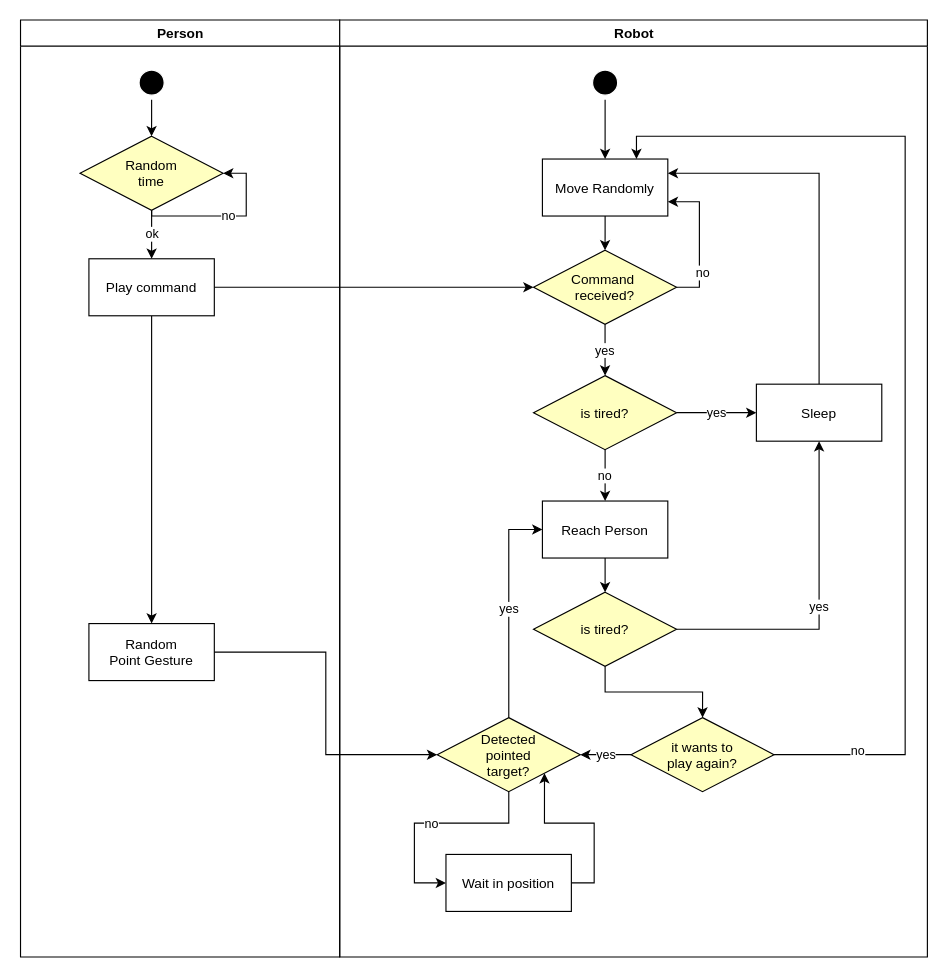
Above: draw_io/activity_v1.drawio in aGotelli/Andrea_Gotelli_EROLA_Assignment (draw.io), before the change. Source tidied: cells renumbered, new cells numbered last; positions are measured from the earlier drawing's top-left corner, leaving out a move shared by most shapes. Both pictures are drawn from the tidied source at 114%, with x=0, y=0 at pixel (19, 19).
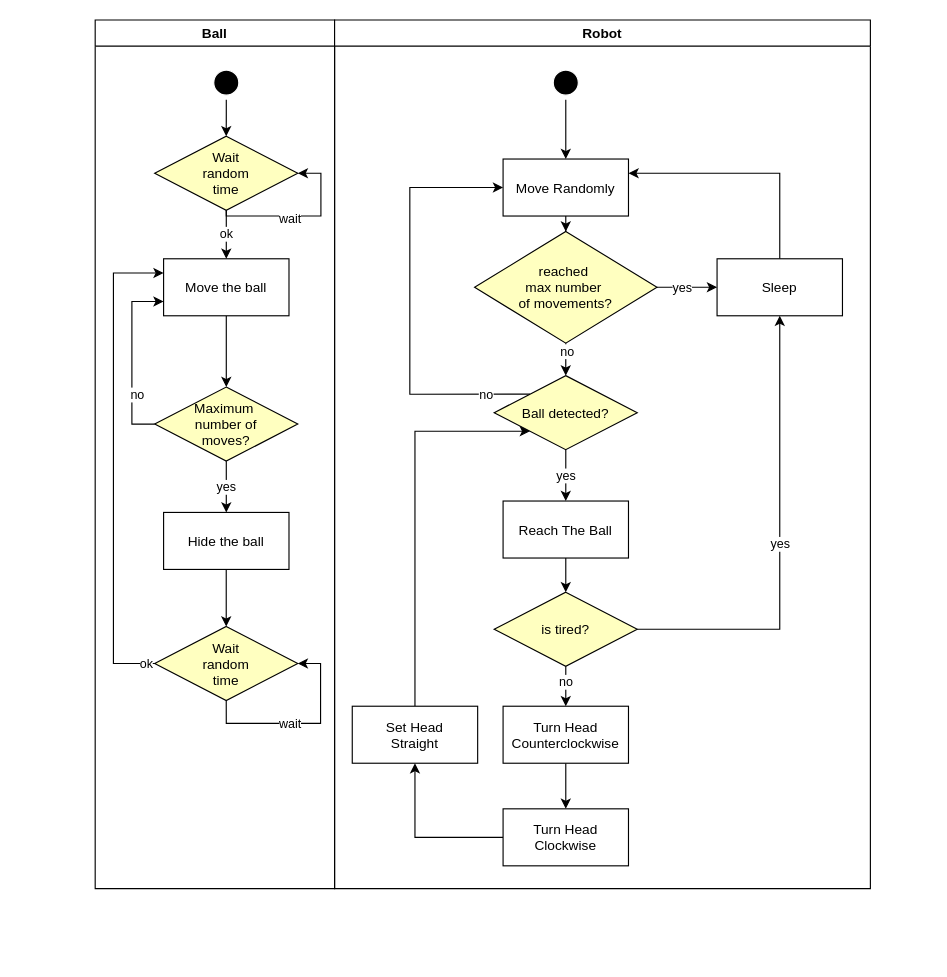
Above is the later version.

What changed in the source:
```diff
@@
-    <mxCell id="2" value="Person" style="swimlane;whiteSpace=wrap;" parent="1" vertex="1">
-      <mxGeometry x="0.5" width="280" height="822" as="geometry" />
+    <mxCell id="2" value="Ball" style="swimlane;whiteSpace=wrap;" parent="1" vertex="1">
+      <mxGeometry x="66" width="210" height="762" as="geometry" />
     </mxCell>
@@
-    <mxCell id="5" style="edgeStyle=orthogonalEdgeStyle;rounded=0;jettySize=auto;html=1;entryX=0.5;entryY=0;entryDx=0;entryDy=0;strokeColor=#000000;" parent="2" edge="1" source="6" target="7">
-      <mxGeometry relative="1" as="geometry" />
-    </mxCell>
+    <mxCell id="42" style="edgeStyle=orthogonalEdgeStyle;rounded=0;jettySize=auto;html=1;entryX=0.5;entryY=0;entryDx=0;entryDy=0;" parent="2" edge="1" source="6">
+      <mxGeometry relative="1" as="geometry">
+        <mxPoint x="115" y="322" as="targetPoint" />
+      </mxGeometry>
+    </mxCell>
-    <mxCell id="6" value="Play command" parent="2" vertex="1">
+    <mxCell id="6" value="Move the ball" parent="2" vertex="1">
       <mxGeometry x="60" y="209.5" width="110" height="50" as="geometry" />
     </mxCell>
-    <mxCell id="7" value="Random&#10;Point Gesture" parent="2" vertex="1">
-      <mxGeometry x="60" y="529.5" width="110" height="50" as="geometry" />
-    </mxCell>
@@
-    <mxCell id="9" value="Random&#10;time" style="rhombus;fillColor=#ffffc0;" parent="2" vertex="1">
+    <mxCell id="9" value="Wait&#10;random&#10;time" style="rhombus;fillColor=#ffffc0;" parent="2" vertex="1">
       <mxGeometry x="52.2" y="102" width="125.5" height="65" as="geometry" />
     </mxCell>
-    <mxCell id="10" value="no" style="edgeStyle=orthogonalEdgeStyle;rounded=0;orthogonalLoop=1;jettySize=auto;html=1;entryX=1;entryY=0.5;entryDx=0;entryDy=0;strokeColor=#000000;" parent="2" edge="1" source="9" target="9">
+    <mxCell id="10" style="edgeStyle=orthogonalEdgeStyle;rounded=0;orthogonalLoop=1;jettySize=auto;html=1;entryX=1;entryY=0.5;entryDx=0;entryDy=0;exitX=0.5;exitY=1;exitDx=0;exitDy=0;" parent="2" edge="1" source="9" target="9">
       <mxGeometry relative="1" as="geometry">
         <Array as="points">
           <mxPoint x="115" y="172" />
           <mxPoint x="198" y="172" />
           <mxPoint x="198" y="135" />
         </Array>
       </mxGeometry>
     </mxCell>
+    <mxCell id="43" value="wait" style="edgeLabel;html=1;align=center;verticalAlign=middle;" parent="10" vertex="1">
+      <mxGeometry x="-0.16" y="-2" relative="1" as="geometry" />
+    </mxCell>
+    <mxCell id="44" value="yes" style="edgeStyle=orthogonalEdgeStyle;rounded=0;jettySize=auto;html=1;entryX=0.5;entryY=0;entryDx=0;entryDy=0;" parent="2" edge="1" source="45" target="49">
+      <mxGeometry relative="1" as="geometry" />
+    </mxCell>
+    <mxCell id="45" value="Maximum &#10;number of&#10;moves?" style="rhombus;fillColor=#ffffc0;" parent="2" vertex="1">
+      <mxGeometry x="52.2" y="322" width="125.5" height="65" as="geometry" />
+    </mxCell>
+    <mxCell id="46" style="edgeStyle=orthogonalEdgeStyle;rounded=0;jettySize=auto;html=1;entryX=0;entryY=0.75;entryDx=0;entryDy=0;exitX=0;exitY=0.5;exitDx=0;exitDy=0;" parent="2" edge="1" source="45" target="6">
+      <mxGeometry relative="1" as="geometry" />
+    </mxCell>
+    <mxCell id="47" value="no" style="edgeLabel;html=1;align=center;verticalAlign=middle;" parent="46" vertex="1">
+      <mxGeometry x="-0.41" y="-4" relative="1" as="geometry" />
+    </mxCell>
+    <mxCell id="48" style="edgeStyle=orthogonalEdgeStyle;rounded=0;jettySize=auto;html=1;entryX=0.5;entryY=0;entryDx=0;entryDy=0;" parent="2" edge="1" source="49" target="52">
+      <mxGeometry relative="1" as="geometry" />
+    </mxCell>
+    <mxCell id="49" value="Hide the ball" parent="2" vertex="1">
+      <mxGeometry x="60" y="432" width="110" height="50" as="geometry" />
+    </mxCell>
+    <mxCell id="50" style="edgeStyle=orthogonalEdgeStyle;rounded=0;jettySize=auto;html=1;entryX=0;entryY=0.25;entryDx=0;entryDy=0;exitX=0;exitY=0.5;exitDx=0;exitDy=0;" parent="2" edge="1" source="52" target="6">
+      <mxGeometry relative="1" as="geometry">
+        <Array as="points">
+          <mxPoint x="16" y="565" />
+          <mxPoint x="16" y="222" />
+        </Array>
+      </mxGeometry>
+    </mxCell>
+    <mxCell id="51" value="ok" style="edgeLabel;html=1;align=center;verticalAlign=middle;" parent="50" vertex="1">
+      <mxGeometry x="-0.96" relative="1" as="geometry" />
+    </mxCell>
+    <mxCell id="52" value="Wait&#10;random&#10;time" style="rhombus;fillColor=#ffffc0;" parent="2" vertex="1">
+      <mxGeometry x="52.2" y="532" width="125.5" height="65" as="geometry" />
+    </mxCell>
+    <mxCell id="53" style="edgeStyle=orthogonalEdgeStyle;rounded=0;orthogonalLoop=1;jettySize=auto;html=1;entryX=1;entryY=0.5;entryDx=0;entryDy=0;exitX=0.5;exitY=1;exitDx=0;exitDy=0;" parent="2" edge="1" source="52" target="52">
+      <mxGeometry relative="1" as="geometry" />
+    </mxCell>
+    <mxCell id="54" value="wait" style="edgeLabel;html=1;align=center;verticalAlign=middle;" parent="53" vertex="1">
+      <mxGeometry x="-0.14" relative="1" as="geometry">
+        <mxPoint x="1" as="offset" />
+      </mxGeometry>
+    </mxCell>
     <mxCell id="11" value="Robot" style="swimlane;whiteSpace=wrap;" parent="1" vertex="1">
-      <mxGeometry x="280.5" width="515.5" height="822" as="geometry" />
+      <mxGeometry x="276" width="470" height="762" as="geometry" />
     </mxCell>
@@
     <mxCell id="13" style="ellipse;shape=startState;fillColor=#000000;strokeColor=#FFFFFF;" parent="11" vertex="1">
-      <mxGeometry x="217.8" y="40" width="30" height="30" as="geometry" />
+      <mxGeometry x="187.8" y="40" width="30" height="30" as="geometry" />
     </mxCell>
@@
     <mxCell id="15" value="Move Randomly" parent="11" vertex="1">
-      <mxGeometry x="177.8" y="122" width="110" height="50" as="geometry" />
+      <mxGeometry x="147.8" y="122" width="110" height="50" as="geometry" />
     </mxCell>
-    <mxCell id="16" style="edgeStyle=orthogonalEdgeStyle;rounded=0;jettySize=auto;html=1;entryX=1;entryY=0.75;entryDx=0;entryDy=0;strokeColor=#000000;exitX=1;exitY=0.5;exitDx=0;exitDy=0;" parent="11" edge="1" source="18" target="15">
-      <mxGeometry relative="1" as="geometry" />
-    </mxCell>
-    <mxCell id="17" value="no" style="edgeLabel;html=1;align=center;verticalAlign=middle;" parent="16" vertex="1">
-      <mxGeometry x="-0.67" y="13" relative="1" as="geometry">
-        <mxPoint x="15" y="-13" as="offset" />
-      </mxGeometry>
-    </mxCell>
+    <mxCell id="55" style="edgeStyle=orthogonalEdgeStyle;rounded=0;jettySize=auto;html=1;entryX=0;entryY=0.5;entryDx=0;entryDy=0;" parent="11" edge="1" source="18" target="24">
+      <mxGeometry relative="1" as="geometry" />
+    </mxCell>
+    <mxCell id="29" value="yes" style="edgeLabel;html=1;align=center;verticalAlign=middle;" parent="55" vertex="1">
+      <mxGeometry x="-0.15" relative="1" as="geometry" />
+    </mxCell>
+    <mxCell id="22" style="edgeStyle=orthogonalEdgeStyle;rounded=0;jettySize=auto;html=1;entryX=0.5;entryY=0;entryDx=0;entryDy=0;" parent="11" edge="1" source="18" target="21">
+      <mxGeometry relative="1" as="geometry" />
+    </mxCell>
+    <mxCell id="56" value="no" style="edgeLabel;html=1;align=center;verticalAlign=middle;" parent="22" vertex="1">
+      <mxGeometry x="-0.71" y="1" relative="1" as="geometry" />
+    </mxCell>
-    <mxCell id="18" value="Command &#10;received?" style="rhombus;fillColor=#ffffc0;" parent="11" vertex="1">
-      <mxGeometry x="170" y="202" width="125.5" height="65" as="geometry" />
+    <mxCell id="18" value="reached &#10;max number &#10;of movements?" style="rhombus;fillColor=#ffffc0;" parent="11" vertex="1">
+      <mxGeometry x="122.8" y="185.5" width="160" height="98" as="geometry" />
     </mxCell>
-    <mxCell id="19" value="yes" style="edgeStyle=orthogonalEdgeStyle;rounded=0;jettySize=auto;html=1;entryX=0;entryY=0.5;entryDx=0;entryDy=0;strokeColor=#000000;" parent="11" edge="1" source="21" target="24">
-      <mxGeometry relative="1" as="geometry" />
-    </mxCell>
-    <mxCell id="20" value="no" style="edgeStyle=orthogonalEdgeStyle;rounded=0;jettySize=auto;html=1;entryX=0.5;entryY=0;entryDx=0;entryDy=0;strokeColor=#000000;" parent="11" edge="1" source="21" target="26">
+    <mxCell id="20" value="yes" style="edgeStyle=orthogonalEdgeStyle;rounded=0;jettySize=auto;html=1;entryX=0.5;entryY=0;entryDx=0;entryDy=0;strokeColor=#000000;" parent="11" edge="1" source="21" target="26">
       <mxGeometry relative="1" as="geometry" />
     </mxCell>
+    <mxCell id="57" style="edgeStyle=orthogonalEdgeStyle;rounded=0;jettySize=auto;html=1;entryX=0;entryY=0.5;entryDx=0;entryDy=0;exitX=0;exitY=0;exitDx=0;exitDy=0;" parent="11" edge="1" source="21" target="15">
+      <mxGeometry relative="1" as="geometry">
+        <Array as="points">
+          <mxPoint x="66" y="328" />
+          <mxPoint x="66" y="147" />
+        </Array>
+      </mxGeometry>
+    </mxCell>
+    <mxCell id="58" value="no" style="edgeLabel;html=1;align=center;verticalAlign=middle;" parent="57" vertex="1">
+      <mxGeometry x="-0.79" relative="1" as="geometry" />
+    </mxCell>
-    <mxCell id="21" value="is tired?" style="rhombus;fillColor=#ffffc0;" parent="11" vertex="1">
-      <mxGeometry x="170" y="312" width="125.5" height="65" as="geometry" />
+    <mxCell id="21" value="Ball detected?" style="rhombus;fillColor=#ffffc0;" parent="11" vertex="1">
+      <mxGeometry x="140" y="312" width="125.5" height="65" as="geometry" />
     </mxCell>
-    <mxCell id="22" value="yes" style="edgeStyle=orthogonalEdgeStyle;rounded=0;jettySize=auto;html=1;strokeColor=#000000;" parent="11" edge="1" source="18" target="21">
-      <mxGeometry relative="1" as="geometry" />
-    </mxCell>
     <mxCell id="23" style="edgeStyle=orthogonalEdgeStyle;rounded=0;jettySize=auto;html=1;entryX=1;entryY=0.25;entryDx=0;entryDy=0;strokeColor=#000000;" parent="11" edge="1" source="24" target="15">
       <mxGeometry relative="1" as="geometry">
         <Array as="points">
-          <mxPoint x="421" y="135" />
+          <mxPoint x="391" y="135" />
         </Array>
       </mxGeometry>
     </mxCell>
     <mxCell id="24" value="Sleep" parent="11" vertex="1">
-      <mxGeometry x="365.5" y="319.5" width="110" height="50" as="geometry" />
+      <mxGeometry x="335.5" y="209.5" width="110" height="50" as="geometry" />
     </mxCell>
@@
-    <mxCell id="26" value="Reach Person" parent="11" vertex="1">
-      <mxGeometry x="177.8" y="422" width="110" height="50" as="geometry" />
+    <mxCell id="26" value="Reach The Ball" parent="11" vertex="1">
+      <mxGeometry x="147.8" y="422" width="110" height="50" as="geometry" />
     </mxCell>
-    <mxCell id="27" value="no" style="edgeStyle=orthogonalEdgeStyle;rounded=0;jettySize=auto;html=1;entryX=0;entryY=0.5;entryDx=0;entryDy=0;" parent="11" edge="1" source="30" target="32">
-      <mxGeometry relative="1" as="geometry" />
-    </mxCell>
-    <mxCell id="28" style="edgeStyle=orthogonalEdgeStyle;rounded=0;jettySize=auto;html=1;entryX=0;entryY=0.5;entryDx=0;entryDy=0;" parent="11" edge="1" source="30" target="26">
-      <mxGeometry relative="1" as="geometry" />
-    </mxCell>
-    <mxCell id="29" value="yes" style="edgeLabel;html=1;align=center;verticalAlign=middle;" parent="28" vertex="1">
-      <mxGeometry x="-0.01" relative="1" as="geometry" />
-    </mxCell>
-    <mxCell id="30" value="Detected&#10;pointed&#10;target?" style="rhombus;fillColor=#ffffc0;" parent="11" vertex="1">
-      <mxGeometry x="85.5" y="612" width="125.5" height="65" as="geometry" />
-    </mxCell>
-    <mxCell id="31" style="edgeStyle=orthogonalEdgeStyle;rounded=0;jettySize=auto;html=1;entryX=1;entryY=1;entryDx=0;entryDy=0;exitX=1;exitY=0.5;exitDx=0;exitDy=0;" parent="11" edge="1" source="32" target="30">
-      <mxGeometry relative="1" as="geometry" />
-    </mxCell>
-    <mxCell id="32" value="Wait in position" parent="11" vertex="1">
-      <mxGeometry x="93.2" y="732" width="110" height="50" as="geometry" />
-    </mxCell>
@@
-    <mxCell id="34" style="edgeStyle=orthogonalEdgeStyle;rounded=0;jettySize=auto;html=1;entryX=0.5;entryY=0;entryDx=0;entryDy=0;" parent="11" edge="1" source="35" target="37">
-      <mxGeometry relative="1" as="geometry" />
-    </mxCell>
+    <mxCell id="59" style="edgeStyle=orthogonalEdgeStyle;rounded=0;jettySize=auto;html=1;entryX=0.5;entryY=0;entryDx=0;entryDy=0;" parent="11" edge="1" source="35" target="62">
+      <mxGeometry relative="1" as="geometry" />
+    </mxCell>
+    <mxCell id="60" value="no" style="edgeLabel;html=1;align=center;verticalAlign=middle;" parent="59" vertex="1">
+      <mxGeometry x="-0.31" relative="1" as="geometry">
+        <mxPoint y="2" as="offset" />
+      </mxGeometry>
+    </mxCell>
     <mxCell id="35" value="is tired?" style="rhombus;fillColor=#ffffc0;" parent="11" vertex="1">
-      <mxGeometry x="170" y="502" width="125.5" height="65" as="geometry" />
+      <mxGeometry x="140" y="502" width="125.5" height="65" as="geometry" />
     </mxCell>
-    <mxCell id="36" value="yes" style="edgeStyle=orthogonalEdgeStyle;rounded=0;jettySize=auto;html=1;entryX=1;entryY=0.5;entryDx=0;entryDy=0;" parent="11" edge="1" source="37" target="30">
-      <mxGeometry relative="1" as="geometry" />
-    </mxCell>
-    <mxCell id="37" value="it wants to&#10;play again?" style="rhombus;fillColor=#ffffc0;" parent="11" vertex="1">
-      <mxGeometry x="255.5" y="612" width="125.5" height="65" as="geometry" />
-    </mxCell>
-    <mxCell id="38" style="edgeStyle=orthogonalEdgeStyle;rounded=0;jettySize=auto;html=1;entryX=0.75;entryY=0;entryDx=0;entryDy=0;" parent="11" edge="1" source="37" target="15">
-      <mxGeometry relative="1" as="geometry">
-        <Array as="points">
-          <mxPoint x="496" y="645" />
-          <mxPoint x="496" y="102" />
-          <mxPoint x="260" y="102" />
-        </Array>
-      </mxGeometry>
-    </mxCell>
-    <mxCell id="39" value="no" style="edgeLabel;html=1;align=center;verticalAlign=middle;" parent="38" vertex="1">
-      <mxGeometry x="-0.84" y="4" relative="1" as="geometry" />
-    </mxCell>
-    <mxCell id="40" style="edgeStyle=orthogonalEdgeStyle;rounded=0;jettySize=auto;html=1;entryX=0;entryY=0.5;entryDx=0;entryDy=0;strokeColor=#000000;" parent="1" edge="1" source="6" target="18">
-      <mxGeometry relative="1" as="geometry" />
-    </mxCell>
-    <mxCell id="41" style="edgeStyle=orthogonalEdgeStyle;rounded=0;jettySize=auto;html=1;entryX=0;entryY=0.5;entryDx=0;entryDy=0;strokeColor=#000000;" parent="1" edge="1" source="7" target="30">
-      <mxGeometry relative="1" as="geometry" />
-    </mxCell>
+    <mxCell id="61" style="edgeStyle=orthogonalEdgeStyle;rounded=0;jettySize=auto;html=1;entryX=0.5;entryY=0;entryDx=0;entryDy=0;" parent="11" edge="1" source="62" target="64">
+      <mxGeometry relative="1" as="geometry" />
+    </mxCell>
+    <mxCell id="62" value="Turn Head&#10;Counterclockwise" parent="11" vertex="1">
+      <mxGeometry x="147.8" y="602" width="110" height="50" as="geometry" />
+    </mxCell>
+    <mxCell id="63" style="edgeStyle=orthogonalEdgeStyle;rounded=0;jettySize=auto;html=1;entryX=0.5;entryY=1;entryDx=0;entryDy=0;" parent="11" edge="1" source="64" target="66">
+      <mxGeometry relative="1" as="geometry" />
+    </mxCell>
+    <mxCell id="64" value="Turn Head&#10;Clockwise" parent="11" vertex="1">
+      <mxGeometry x="147.8" y="692" width="110" height="50" as="geometry" />
+    </mxCell>
+    <mxCell id="65" style="edgeStyle=orthogonalEdgeStyle;rounded=0;jettySize=auto;html=1;entryX=0;entryY=1;entryDx=0;entryDy=0;" parent="11" edge="1" source="66" target="21">
+      <mxGeometry relative="1" as="geometry">
+        <Array as="points">
+          <mxPoint x="71" y="361" />
+        </Array>
+      </mxGeometry>
+    </mxCell>
+    <mxCell id="66" value="Set Head&#10;Straight" parent="11" vertex="1">
+      <mxGeometry x="15.5" y="602" width="110" height="50" as="geometry" />
+    </mxCell>
```
